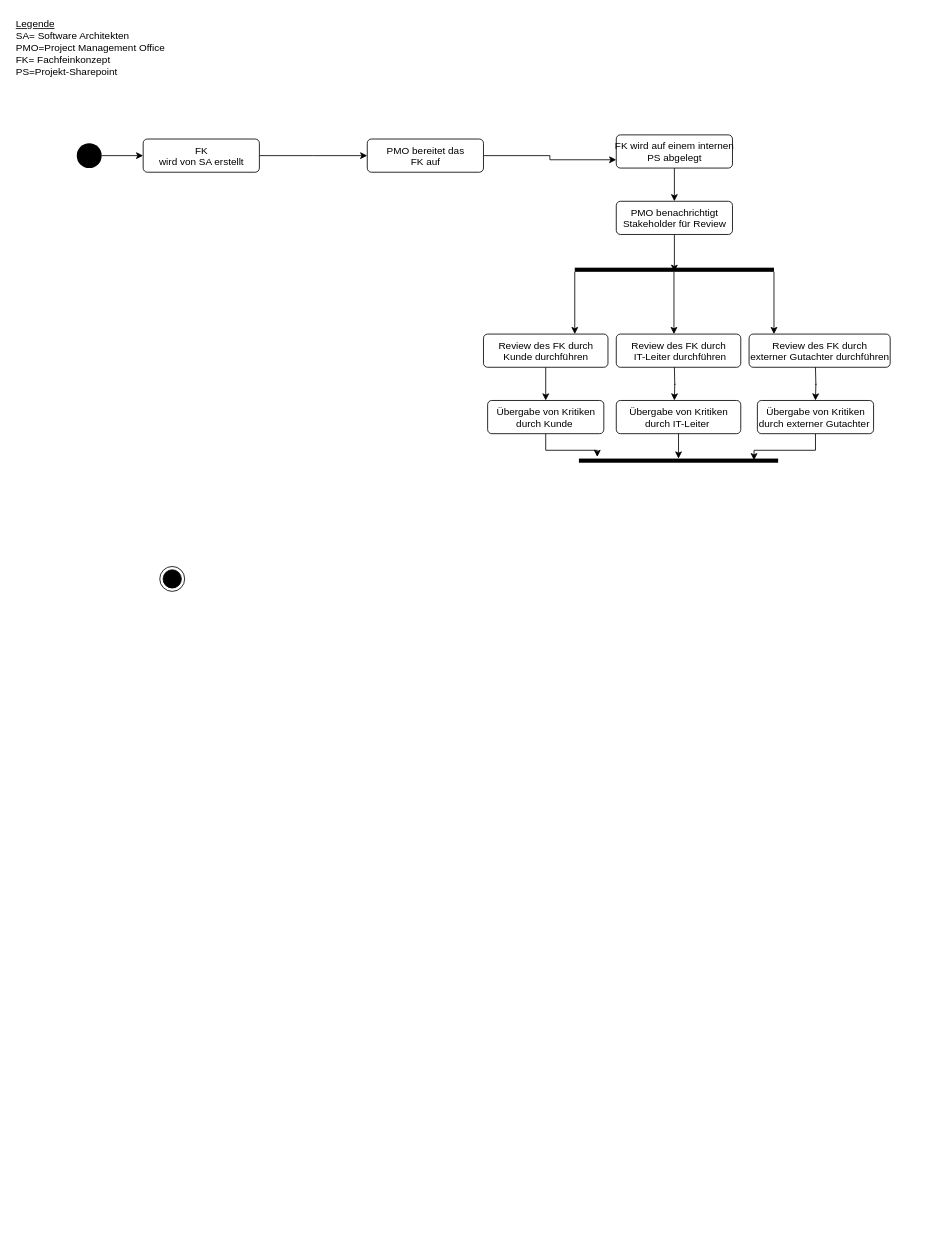
This is Übung 2 Nr.1.drawio from dabels2s/studentOFHBRS, a draw.io file, before an edit. Source tidied: cells renumbered, new cells numbered last; positions are measured from the earlier drawing's top-left corner, leaving out a move shared by most shapes. Both pictures are drawn from the tidied source at 83%, with x=0, y=0 at pixel (14, 14).
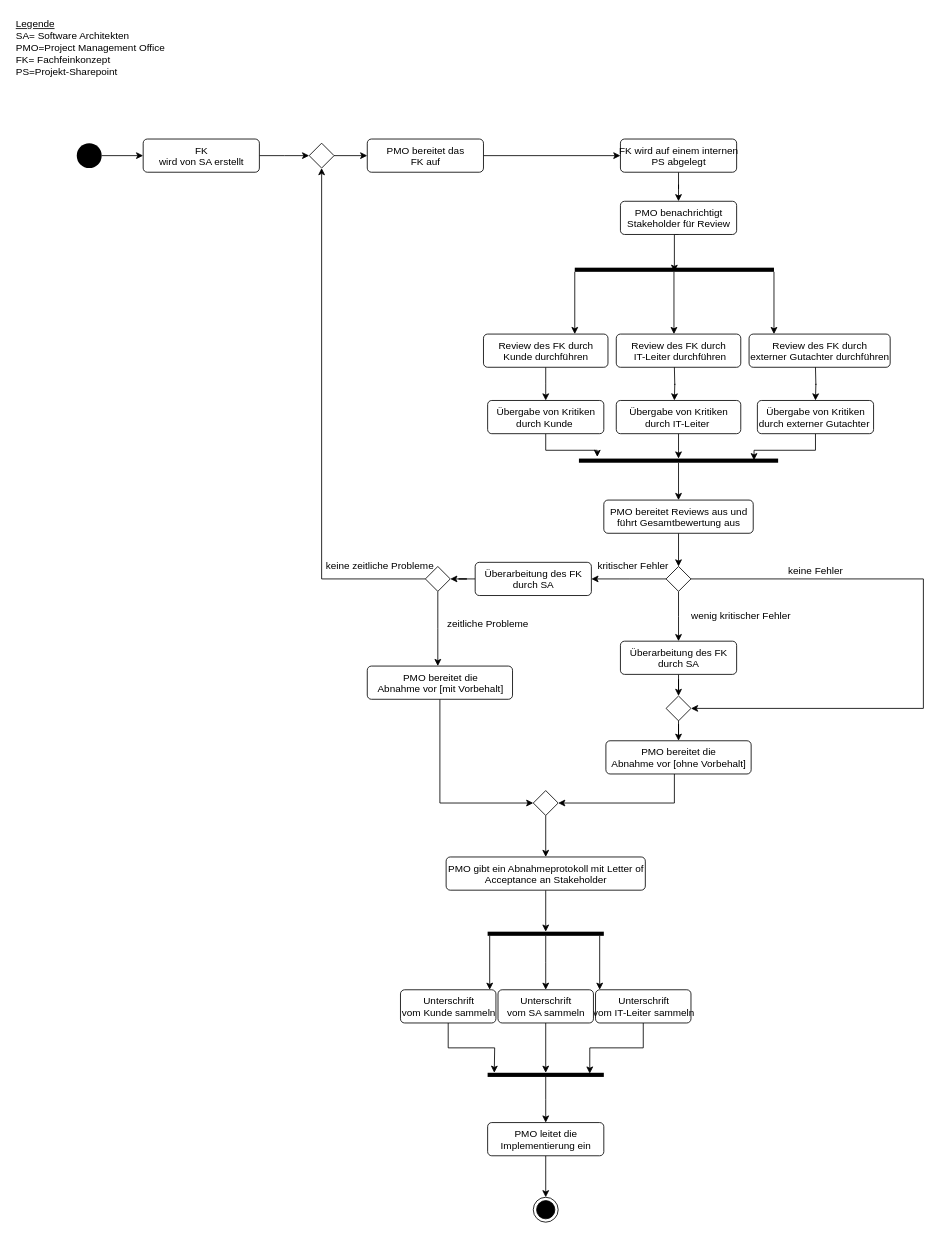
Above is the later version.

Unchanged cells that the change refers to:
```xml
<mxCell id="6" value="&lt;span&gt;FK&lt;br&gt;wird von SA erstellt&lt;/span&gt;" style="html=1;align=center;verticalAlign=top;rounded=1;absoluteArcSize=1;arcSize=10;dashed=0;" parent="1" vertex="1">
  <mxGeometry x="155" y="150" width="140" height="40" as="geometry" />
</mxCell>
<mxCell id="9" value="PMO bereitet das &lt;br&gt;FK auf" style="html=1;align=center;verticalAlign=top;rounded=1;absoluteArcSize=1;arcSize=10;dashed=0;" parent="1" vertex="1">
  <mxGeometry x="425" y="150" width="140" height="40" as="geometry" />
</mxCell>
<mxCell id="30" style="html=1;points=[];perimeter=orthogonalPerimeter;fillColor=#000000;strokeColor=none;direction=south;" parent="1" vertex="1">
  <mxGeometry x="680" y="535" width="240" height="5" as="geometry" />
</mxCell>
```

What changed in the source:
```diff
@@
     <mxCell id="4" style="ellipse;html=1;shape=endState;fillColor=#000000;strokeColor=#000000;" parent="1" vertex="1">
-      <mxGeometry x="175" y="665" width="30" height="30" as="geometry" />
+      <mxGeometry x="625" y="1425" width="30" height="30" as="geometry" />
     </mxCell>
     <mxCell id="5" style="edgeStyle=orthogonalEdgeStyle;rounded=0;jettySize=auto;html=1;" parent="1" edge="1" source="6">
       <mxGeometry relative="1" as="geometry">
-        <mxPoint x="425" y="170" as="targetPoint" />
+        <mxPoint x="355" y="170" as="targetPoint" />
       </mxGeometry>
     </mxCell>
@@
-    <mxCell id="8" style="edgeStyle=orthogonalEdgeStyle;rounded=0;jettySize=auto;html=1;entryX=0;entryY=0.75;entryDx=0;entryDy=0;" parent="1" edge="1" source="9" target="11">
+    <mxCell id="8" style="edgeStyle=orthogonalEdgeStyle;rounded=0;jettySize=auto;html=1;entryX=0;entryY=0.5;entryDx=0;entryDy=0;" parent="1" edge="1" source="9" target="11">
       <mxGeometry relative="1" as="geometry" />
     </mxCell>
@@
     <mxCell id="11" value="FK wird auf einem internen&lt;br&gt;PS abgelegt" style="html=1;align=center;verticalAlign=top;rounded=1;absoluteArcSize=1;arcSize=10;dashed=0;" parent="1" vertex="1">
-      <mxGeometry x="725" y="145" width="140" height="40" as="geometry" />
+      <mxGeometry x="730" y="150" width="140" height="40" as="geometry" />
     </mxCell>
@@
     <mxCell id="13" value="PMO benachrichtigt&lt;br&gt;Stakeholder für Review" style="html=1;align=center;verticalAlign=top;rounded=1;absoluteArcSize=1;arcSize=10;dashed=0;" parent="1" vertex="1">
-      <mxGeometry x="725" y="225" width="140" height="40" as="geometry" />
+      <mxGeometry x="730" y="225" width="140" height="40" as="geometry" />
     </mxCell>
@@
+    <mxCell id="31" style="edgeStyle=orthogonalEdgeStyle;rounded=0;jettySize=auto;html=1;" parent="1" edge="1" source="30" target="33">
+      <mxGeometry relative="1" as="geometry" />
+    </mxCell>
@@
+    <mxCell id="32" style="edgeStyle=orthogonalEdgeStyle;rounded=0;jettySize=auto;html=1;" parent="1" edge="1" source="33" target="37">
+      <mxGeometry relative="1" as="geometry" />
+    </mxCell>
+    <mxCell id="33" value="PMO bereitet Reviews aus und &lt;br&gt;führt Gesamtbewertung aus" style="html=1;align=center;verticalAlign=top;rounded=1;absoluteArcSize=1;arcSize=10;dashed=0;" parent="1" vertex="1">
+      <mxGeometry x="710" y="585" width="180" height="40" as="geometry" />
+    </mxCell>
+    <mxCell id="34" style="edgeStyle=orthogonalEdgeStyle;rounded=0;jettySize=auto;html=1;" parent="1" edge="1" source="37">
+      <mxGeometry relative="1" as="geometry">
+        <mxPoint x="695" y="680" as="targetPoint" />
+      </mxGeometry>
+    </mxCell>
+    <mxCell id="35" style="edgeStyle=orthogonalEdgeStyle;rounded=0;jettySize=auto;html=1;" parent="1" edge="1" source="37">
+      <mxGeometry relative="1" as="geometry">
+        <mxPoint x="800" y="755" as="targetPoint" />
+      </mxGeometry>
+    </mxCell>
+    <mxCell id="36" style="edgeStyle=orthogonalEdgeStyle;rounded=0;jettySize=auto;html=1;entryX=1;entryY=0.5;entryDx=0;entryDy=0;" parent="1" edge="1" source="37" target="50">
+      <mxGeometry relative="1" as="geometry">
+        <Array as="points">
+          <mxPoint x="1095" y="680" />
+          <mxPoint x="1095" y="836" />
+        </Array>
+      </mxGeometry>
+    </mxCell>
+    <mxCell id="37" style="rhombus;" parent="1" vertex="1">
+      <mxGeometry x="785" y="665" width="30" height="30" as="geometry" />
+    </mxCell>
+    <mxCell id="38" value="kritischer Fehler" style="text;html=1;align=center;verticalAlign=middle;" parent="1" vertex="1">
+      <mxGeometry x="695" y="655" width="100" height="20" as="geometry" />
+    </mxCell>
+    <mxCell id="39" style="edgeStyle=orthogonalEdgeStyle;rounded=0;jettySize=auto;html=1;entryX=1;entryY=0.5;entryDx=0;entryDy=0;" parent="1" edge="1" source="40" target="53">
+      <mxGeometry relative="1" as="geometry" />
+    </mxCell>
+    <mxCell id="40" value="Überarbeitung des FK &lt;br&gt;durch SA" style="html=1;align=center;verticalAlign=top;rounded=1;absoluteArcSize=1;arcSize=10;dashed=0;" parent="1" vertex="1">
+      <mxGeometry x="555" y="660" width="140" height="40" as="geometry" />
+    </mxCell>
+    <mxCell id="41" style="edgeStyle=orthogonalEdgeStyle;rounded=0;jettySize=auto;html=1;" parent="1" edge="1" source="42" target="9">
+      <mxGeometry relative="1" as="geometry" />
+    </mxCell>
+    <mxCell id="42" style="rhombus;whiteSpace=wrap;html=1;" parent="1" vertex="1">
+      <mxGeometry x="355" y="155" width="30" height="30" as="geometry" />
+    </mxCell>
+    <mxCell id="43" value="wenig kritischer Fehler" style="text;html=1;align=center;verticalAlign=middle;" parent="1" vertex="1">
+      <mxGeometry x="805" y="715" width="140" height="20" as="geometry" />
+    </mxCell>
+    <mxCell id="44" style="edgeStyle=orthogonalEdgeStyle;rounded=0;jettySize=auto;html=1;" parent="1" edge="1" source="45" target="50">
+      <mxGeometry relative="1" as="geometry" />
+    </mxCell>
+    <mxCell id="45" value="Überarbeitung des FK &lt;br&gt;durch SA" style="html=1;align=center;verticalAlign=top;rounded=1;absoluteArcSize=1;arcSize=10;dashed=0;" parent="1" vertex="1">
+      <mxGeometry x="730" y="755" width="140" height="40" as="geometry" />
+    </mxCell>
+    <mxCell id="46" style="edgeStyle=orthogonalEdgeStyle;rounded=0;jettySize=auto;html=1;entryX=1;entryY=0.5;entryDx=0;entryDy=0;" parent="1" edge="1" source="47" target="59">
+      <mxGeometry relative="1" as="geometry">
+        <Array as="points">
+          <mxPoint x="795" y="950" />
+        </Array>
+      </mxGeometry>
+    </mxCell>
+    <mxCell id="47" value="PMO bereitet die &lt;br&gt;Abnahme vor [ohne Vorbehalt]" style="html=1;align=center;verticalAlign=top;rounded=1;absoluteArcSize=1;arcSize=10;dashed=0;" parent="1" vertex="1">
+      <mxGeometry x="712.5" y="875" width="175" height="40" as="geometry" />
+    </mxCell>
+    <mxCell id="48" value="keine Fehler" style="text;html=1;align=center;verticalAlign=middle;" parent="1" vertex="1">
+      <mxGeometry x="925" y="660" width="80" height="20" as="geometry" />
+    </mxCell>
+    <mxCell id="49" style="edgeStyle=orthogonalEdgeStyle;rounded=0;jettySize=auto;html=1;entryX=0.5;entryY=0;entryDx=0;entryDy=0;" parent="1" edge="1" source="50" target="47">
+      <mxGeometry relative="1" as="geometry" />
+    </mxCell>
+    <mxCell id="50" style="rhombus;whiteSpace=wrap;html=1;" parent="1" vertex="1">
+      <mxGeometry x="785" y="821" width="30" height="30" as="geometry" />
+    </mxCell>
+    <mxCell id="51" style="edgeStyle=orthogonalEdgeStyle;rounded=0;jettySize=auto;html=1;entryX=0.5;entryY=1;entryDx=0;entryDy=0;" parent="1" edge="1" source="53" target="42">
+      <mxGeometry relative="1" as="geometry" />
+    </mxCell>
+    <mxCell id="52" style="edgeStyle=orthogonalEdgeStyle;rounded=0;jettySize=auto;html=1;" parent="1" edge="1" source="53">
+      <mxGeometry relative="1" as="geometry">
+        <mxPoint x="510" y="785" as="targetPoint" />
+      </mxGeometry>
+    </mxCell>
+    <mxCell id="53" style="rhombus;whiteSpace=wrap;html=1;" parent="1" vertex="1">
+      <mxGeometry x="495" y="665" width="30" height="30" as="geometry" />
+    </mxCell>
+    <mxCell id="54" value="zeitliche Probleme" style="text;html=1;align=center;verticalAlign=middle;" parent="1" vertex="1">
+      <mxGeometry x="515" y="725" width="110" height="20" as="geometry" />
+    </mxCell>
+    <mxCell id="55" value="keine zeitliche Probleme" style="text;html=1;align=center;verticalAlign=middle;" parent="1" vertex="1">
+      <mxGeometry x="365" y="655" width="150" height="20" as="geometry" />
+    </mxCell>
+    <mxCell id="56" style="edgeStyle=orthogonalEdgeStyle;rounded=0;jettySize=auto;html=1;entryX=0;entryY=0.5;entryDx=0;entryDy=0;" parent="1" edge="1" source="57" target="59">
+      <mxGeometry relative="1" as="geometry">
+        <Array as="points">
+          <mxPoint x="513" y="950" />
+        </Array>
+      </mxGeometry>
+    </mxCell>
+    <mxCell id="57" value="PMO bereitet die &lt;br&gt;Abnahme vor [mit Vorbehalt]" style="html=1;align=center;verticalAlign=top;rounded=1;absoluteArcSize=1;arcSize=10;dashed=0;" parent="1" vertex="1">
+      <mxGeometry x="425" y="785" width="175" height="40" as="geometry" />
+    </mxCell>
+    <mxCell id="58" style="edgeStyle=orthogonalEdgeStyle;rounded=0;jettySize=auto;html=1;" parent="1" edge="1" source="59" target="61">
+      <mxGeometry relative="1" as="geometry" />
+    </mxCell>
+    <mxCell id="59" style="rhombus;whiteSpace=wrap;html=1;" parent="1" vertex="1">
+      <mxGeometry x="625" y="935" width="30" height="30" as="geometry" />
+    </mxCell>
+    <mxCell id="60" style="edgeStyle=orthogonalEdgeStyle;rounded=0;jettySize=auto;html=1;" parent="1" edge="1" source="61" target="65">
+      <mxGeometry relative="1" as="geometry" />
+    </mxCell>
+    <mxCell id="61" value="PMO gibt ein Abnahmeprotokoll mit Letter of&lt;br&gt;Acceptance an Stakeholder" style="html=1;align=center;verticalAlign=top;rounded=1;absoluteArcSize=1;arcSize=10;dashed=0;" parent="1" vertex="1">
+      <mxGeometry x="520" y="1015" width="240" height="40" as="geometry" />
+    </mxCell>
+    <mxCell id="62" style="edgeStyle=orthogonalEdgeStyle;rounded=0;jettySize=auto;html=1;" parent="1" edge="1" source="63">
+      <mxGeometry relative="1" as="geometry">
+        <mxPoint x="640" y="1335" as="targetPoint" />
+      </mxGeometry>
+    </mxCell>
+    <mxCell id="63" style="html=1;points=[];perimeter=orthogonalPerimeter;fillColor=#000000;strokeColor=none;direction=south;" parent="1" vertex="1">
+      <mxGeometry x="570" y="1275" width="140" height="5" as="geometry" />
+    </mxCell>
+    <mxCell id="64" style="edgeStyle=orthogonalEdgeStyle;rounded=0;jettySize=auto;html=1;" parent="1" edge="1" source="65">
+      <mxGeometry relative="1" as="geometry">
+        <mxPoint x="640" y="1175" as="targetPoint" />
+      </mxGeometry>
+    </mxCell>
+    <mxCell id="65" style="html=1;points=[];perimeter=orthogonalPerimeter;fillColor=#000000;strokeColor=none;direction=south;" parent="1" vertex="1">
+      <mxGeometry x="570" y="1105" width="140" height="5" as="geometry" />
+    </mxCell>
+    <mxCell id="66" style="edgeStyle=orthogonalEdgeStyle;rounded=0;orthogonalLoop=1;jettySize=auto;html=1;" parent="1" edge="1">
+      <mxGeometry relative="1" as="geometry">
+        <mxPoint x="705" y="1110" as="sourcePoint" />
+        <mxPoint x="705" y="1175" as="targetPoint" />
+      </mxGeometry>
+    </mxCell>
+    <mxCell id="67" style="edgeStyle=orthogonalEdgeStyle;rounded=0;orthogonalLoop=1;jettySize=auto;html=1;" parent="1" edge="1">
+      <mxGeometry relative="1" as="geometry">
+        <mxPoint x="572.5" y="1110" as="sourcePoint" />
+        <mxPoint x="572.5" y="1175" as="targetPoint" />
+      </mxGeometry>
+    </mxCell>
+    <mxCell id="68" style="edgeStyle=orthogonalEdgeStyle;rounded=0;jettySize=auto;html=1;" parent="1" edge="1" source="69">
+      <mxGeometry relative="1" as="geometry">
+        <mxPoint x="578" y="1275" as="targetPoint" />
+      </mxGeometry>
+    </mxCell>
+    <mxCell id="69" value="Unterschrift &lt;br&gt;vom Kunde sammeln" style="html=1;align=center;verticalAlign=top;rounded=1;absoluteArcSize=1;arcSize=10;dashed=0;" parent="1" vertex="1">
+      <mxGeometry x="465" y="1175" width="115" height="40" as="geometry" />
+    </mxCell>
+    <mxCell id="70" style="edgeStyle=orthogonalEdgeStyle;rounded=0;jettySize=auto;html=1;entryX=0.2;entryY=0.121;entryDx=0;entryDy=0;entryPerimeter=0;" parent="1" edge="1" source="71" target="63">
+      <mxGeometry relative="1" as="geometry" />
+    </mxCell>
+    <mxCell id="71" value="Unterschrift &lt;br&gt;vom IT-Leiter sammeln" style="html=1;align=center;verticalAlign=top;rounded=1;absoluteArcSize=1;arcSize=10;dashed=0;" parent="1" vertex="1">
+      <mxGeometry x="700" y="1175" width="115" height="40" as="geometry" />
+    </mxCell>
+    <mxCell id="72" style="edgeStyle=orthogonalEdgeStyle;rounded=0;jettySize=auto;html=1;" parent="1" edge="1" source="73" target="63">
+      <mxGeometry relative="1" as="geometry" />
+    </mxCell>
+    <mxCell id="73" value="Unterschrift &lt;br&gt;vom SA sammeln" style="html=1;align=center;verticalAlign=top;rounded=1;absoluteArcSize=1;arcSize=10;dashed=0;" parent="1" vertex="1">
+      <mxGeometry x="582.5" y="1175" width="115" height="40" as="geometry" />
+    </mxCell>
+    <mxCell id="74" style="edgeStyle=orthogonalEdgeStyle;rounded=0;jettySize=auto;html=1;" parent="1" edge="1" source="75" target="4">
+      <mxGeometry relative="1" as="geometry" />
+    </mxCell>
+    <mxCell id="75" value="PMO leitet die &lt;br&gt;Implementierung ein" style="html=1;align=center;verticalAlign=top;rounded=1;absoluteArcSize=1;arcSize=10;dashed=0;" parent="1" vertex="1">
+      <mxGeometry x="570" y="1335" width="140" height="40" as="geometry" />
+    </mxCell>
```
